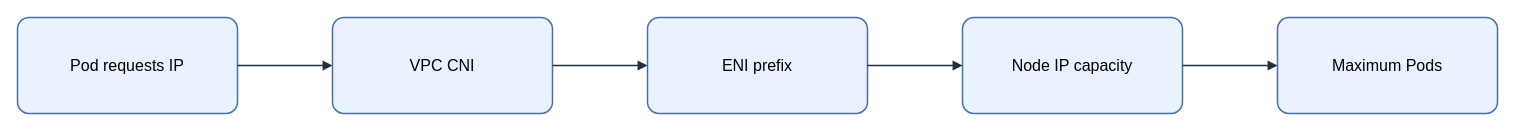
The draw.io diagram assets/img/aws/eks-max-pods-prefix-mode.drawio in KKamJi98/kkamji98.github.io, before the edit. Source tidied: cells renumbered, new cells numbered last; positions are measured from the earlier drawing's top-left corner, leaving out a move shared by most shapes. Both pictures are drawn from the tidied source at 100%, with x=0, y=0 at pixel (17, 17).
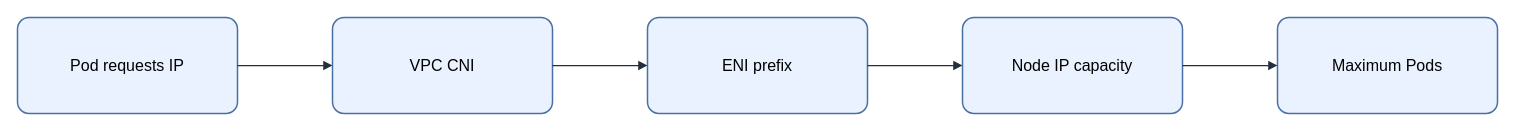
After the change.

What changed in the source:
```diff
@@
 <mxGraphModel background="#FFFFFF">
   <root>
     <mxCell id="0" />
     <mxCell id="1" parent="0" />
-    <mxCell id="2" value="&lt;font style=&quot;color: rgb(0, 0, 0);&quot;&gt;Pod requests IP&lt;/font&gt;" style="rounded=1;arcSize=12;whiteSpace=wrap;html=1;fillColor=#EAF2FF;strokeColor=#4A6FA5;strokeWidth=1.5;fontColor=#000000;fontSize=16;align=center;verticalAlign=middle;spacing=8;shadow=0;" parent="1" vertex="1">
+    <mxCell id="2" value="Pod requests IP" style="rounded=1;arcSize=12;whiteSpace=wrap;html=0;fillColor=#EAF2FF;strokeColor=#4A6FA5;strokeWidth=1.5;fontColor=#000000;fontSize=16;align=center;verticalAlign=middle;spacing=8;shadow=0;" parent="1" vertex="1">
       <mxGeometry width="220" height="96" as="geometry" />
     </mxCell>
-    <mxCell id="3" value="&lt;font style=&quot;color: rgb(0, 0, 0);&quot;&gt;VPC CNI&lt;/font&gt;" style="rounded=1;arcSize=12;whiteSpace=wrap;html=1;fillColor=#EAF2FF;strokeColor=#4A6FA5;strokeWidth=1.5;fontColor=#000000;fontSize=16;align=center;verticalAlign=middle;spacing=8;shadow=0;" parent="1" vertex="1">
+    <mxCell id="3" value="VPC CNI" style="rounded=1;arcSize=12;whiteSpace=wrap;html=0;fillColor=#EAF2FF;strokeColor=#4A6FA5;strokeWidth=1.5;fontColor=#000000;fontSize=16;align=center;verticalAlign=middle;spacing=8;shadow=0;" parent="1" vertex="1">
       <mxGeometry x="315" width="220" height="96" as="geometry" />
     </mxCell>
-    <mxCell id="4" value="&lt;font style=&quot;color: rgb(0, 0, 0);&quot;&gt;ENI prefix&lt;/font&gt;" style="rounded=1;arcSize=12;whiteSpace=wrap;html=1;fillColor=#EAF2FF;strokeColor=#4A6FA5;strokeWidth=1.5;fontColor=#000000;fontSize=16;align=center;verticalAlign=middle;spacing=8;shadow=0;" parent="1" vertex="1">
+    <mxCell id="4" value="ENI prefix" style="rounded=1;arcSize=12;whiteSpace=wrap;html=0;fillColor=#EAF2FF;strokeColor=#4A6FA5;strokeWidth=1.5;fontColor=#000000;fontSize=16;align=center;verticalAlign=middle;spacing=8;shadow=0;" parent="1" vertex="1">
       <mxGeometry x="630" width="220" height="96" as="geometry" />
     </mxCell>
-    <mxCell id="5" value="&lt;font style=&quot;color: rgb(0, 0, 0);&quot;&gt;Node IP capacity&lt;/font&gt;" style="rounded=1;arcSize=12;whiteSpace=wrap;html=1;fillColor=#EAF2FF;strokeColor=#4A6FA5;strokeWidth=1.5;fontColor=#000000;fontSize=16;align=center;verticalAlign=middle;spacing=8;shadow=0;" parent="1" vertex="1">
+    <mxCell id="5" value="Node IP capacity" style="rounded=1;arcSize=12;whiteSpace=wrap;html=0;fillColor=#EAF2FF;strokeColor=#4A6FA5;strokeWidth=1.5;fontColor=#000000;fontSize=16;align=center;verticalAlign=middle;spacing=8;shadow=0;" parent="1" vertex="1">
       <mxGeometry x="945" width="220" height="96" as="geometry" />
     </mxCell>
-    <mxCell id="6" value="&lt;font style=&quot;color: rgb(0, 0, 0);&quot;&gt;Maximum Pods&lt;/font&gt;" style="rounded=1;arcSize=12;whiteSpace=wrap;html=1;fillColor=#EAF2FF;strokeColor=#4A6FA5;strokeWidth=1.5;fontColor=#000000;fontSize=16;align=center;verticalAlign=middle;spacing=8;shadow=0;" parent="1" vertex="1">
+    <mxCell id="6" value="Maximum Pods" style="rounded=1;arcSize=12;whiteSpace=wrap;html=0;fillColor=#EAF2FF;strokeColor=#4A6FA5;strokeWidth=1.5;fontColor=#000000;fontSize=16;align=center;verticalAlign=middle;spacing=8;shadow=0;" parent="1" vertex="1">
       <mxGeometry x="1260" width="220" height="96" as="geometry" />
     </mxCell>
-    <mxCell id="7" style="edgeStyle=orthogonalEdgeStyle;rounded=0;jettySize=auto;html=1;endArrow=block;endFill=1;strokeColor=#232F3E;strokeWidth=1.5;fontColor=#000000;labelBackgroundColor=none;exitX=1;exitY=0.5;exitDx=0;exitDy=0;entryX=0;entryY=0.5;entryDx=0;entryDy=0;" parent="1" edge="1" source="2" target="3">
+    <mxCell id="7" style="edgeStyle=orthogonalEdgeStyle;rounded=0;jettySize=auto;html=0;endArrow=block;endFill=1;strokeColor=#232F3E;strokeWidth=1.25;fontColor=#000000;labelBackgroundColor=none;exitX=1;exitY=0.5;exitDx=0;exitDy=0;entryX=0;entryY=0.5;entryDx=0;entryDy=0;" parent="1" edge="1" source="2" target="3">
       <mxGeometry relative="1" as="geometry" />
     </mxCell>
-    <mxCell id="8" style="edgeStyle=orthogonalEdgeStyle;rounded=0;jettySize=auto;html=1;endArrow=block;endFill=1;strokeColor=#232F3E;strokeWidth=1.5;fontColor=#000000;labelBackgroundColor=none;exitX=1;exitY=0.5;exitDx=0;exitDy=0;entryX=0;entryY=0.5;entryDx=0;entryDy=0;" parent="1" edge="1" source="3" target="4">
+    <mxCell id="8" style="edgeStyle=orthogonalEdgeStyle;rounded=0;jettySize=auto;html=0;endArrow=block;endFill=1;strokeColor=#232F3E;strokeWidth=1.25;fontColor=#000000;labelBackgroundColor=none;exitX=1;exitY=0.5;exitDx=0;exitDy=0;entryX=0;entryY=0.5;entryDx=0;entryDy=0;" parent="1" edge="1" source="3" target="4">
       <mxGeometry relative="1" as="geometry" />
     </mxCell>
-    <mxCell id="9" style="edgeStyle=orthogonalEdgeStyle;rounded=0;jettySize=auto;html=1;endArrow=block;endFill=1;strokeColor=#232F3E;strokeWidth=1.5;fontColor=#000000;labelBackgroundColor=none;exitX=1;exitY=0.5;exitDx=0;exitDy=0;entryX=0;entryY=0.5;entryDx=0;entryDy=0;" parent="1" edge="1" source="4" target="5">
+    <mxCell id="9" style="edgeStyle=orthogonalEdgeStyle;rounded=0;jettySize=auto;html=0;endArrow=block;endFill=1;strokeColor=#232F3E;strokeWidth=1.25;fontColor=#000000;labelBackgroundColor=none;exitX=1;exitY=0.5;exitDx=0;exitDy=0;entryX=0;entryY=0.5;entryDx=0;entryDy=0;" parent="1" edge="1" source="4" target="5">
       <mxGeometry relative="1" as="geometry" />
     </mxCell>
-    <mxCell id="10" style="edgeStyle=orthogonalEdgeStyle;rounded=0;jettySize=auto;html=1;endArrow=block;endFill=1;strokeColor=#232F3E;strokeWidth=1.5;fontColor=#000000;labelBackgroundColor=none;exitX=1;exitY=0.5;exitDx=0;exitDy=0;entryX=0;entryY=0.5;entryDx=0;entryDy=0;" parent="1" edge="1" source="5" target="6">
+    <mxCell id="10" style="edgeStyle=orthogonalEdgeStyle;rounded=0;jettySize=auto;html=0;endArrow=block;endFill=1;strokeColor=#232F3E;strokeWidth=1.25;fontColor=#000000;labelBackgroundColor=none;exitX=1;exitY=0.5;exitDx=0;exitDy=0;entryX=0;entryY=0.5;entryDx=0;entryDy=0;" parent="1" edge="1" source="5" target="6">
       <mxGeometry relative="1" as="geometry" />
     </mxCell>
   </root>
 </mxGraphModel>
```
